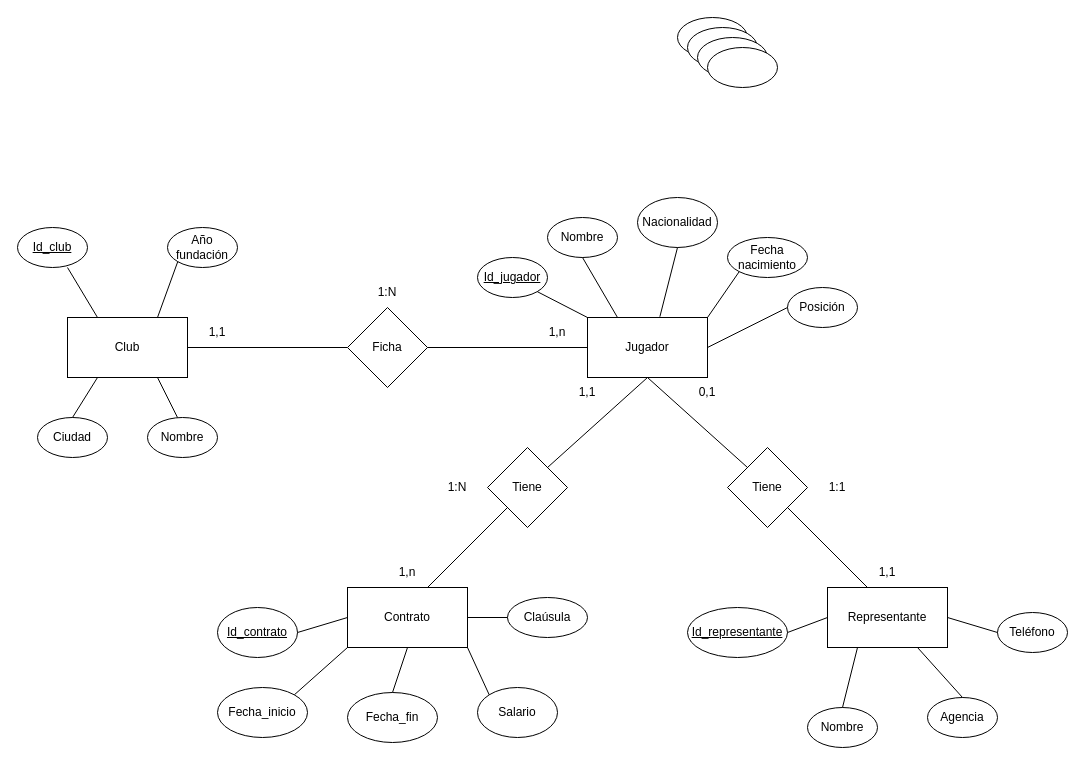
This is DiagramaReto.drawio from roulkhir/RetoGrupo6, a draw.io file, before an edit. Source tidied: cells renumbered, new cells numbered last; positions are measured from the earlier drawing's top-left corner, leaving out a move shared by most shapes. Both pictures are drawn from the tidied source at 100%, with x=0, y=0 at pixel (17, 17).
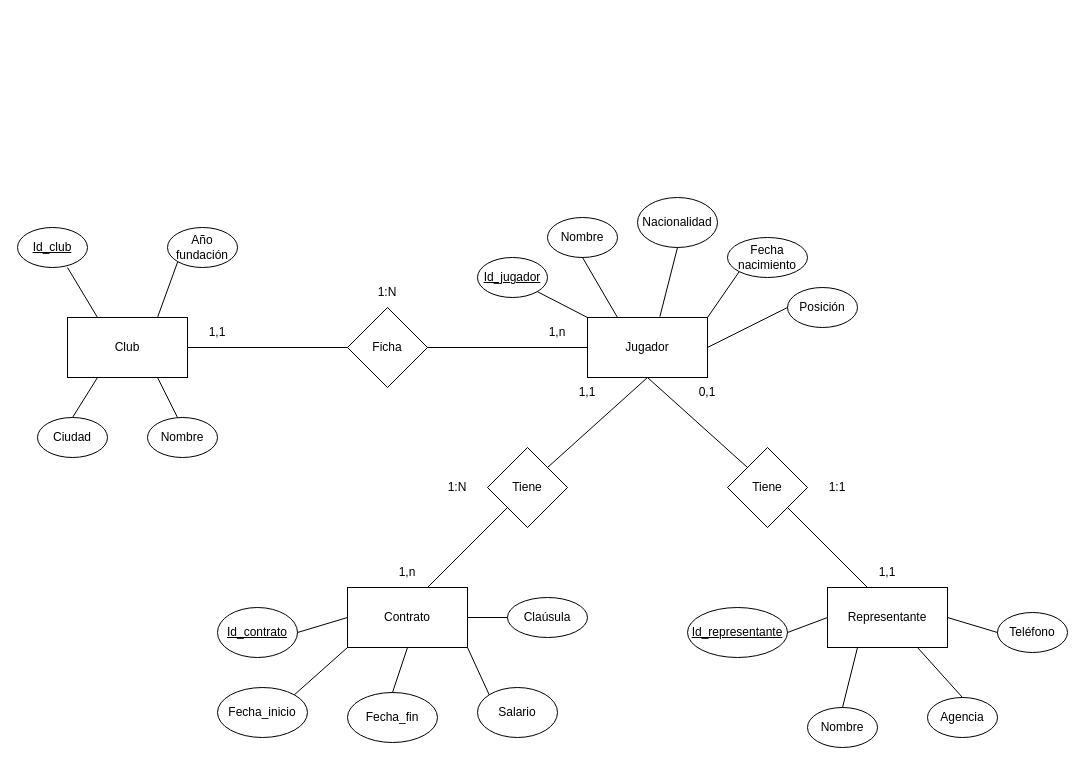
The same page after the edit.

What changed in the source:
```diff
@@
-    <mxCell id="26" style="ellipse;whiteSpace=wrap;html=1;" parent="1" vertex="1">
-      <mxGeometry x="660" width="70" height="40" as="geometry" />
-    </mxCell>
@@
-    <mxCell id="30" style="ellipse;whiteSpace=wrap;html=1;" parent="1" vertex="1">
-      <mxGeometry x="670" y="10" width="70" height="40" as="geometry" />
-    </mxCell>
-    <mxCell id="31" style="ellipse;whiteSpace=wrap;html=1;" parent="1" vertex="1">
-      <mxGeometry x="680" y="20" width="70" height="40" as="geometry" />
-    </mxCell>
-    <mxCell id="32" style="ellipse;whiteSpace=wrap;html=1;" parent="1" vertex="1">
-      <mxGeometry x="690" y="30" width="70" height="40" as="geometry" />
-    </mxCell>
```
